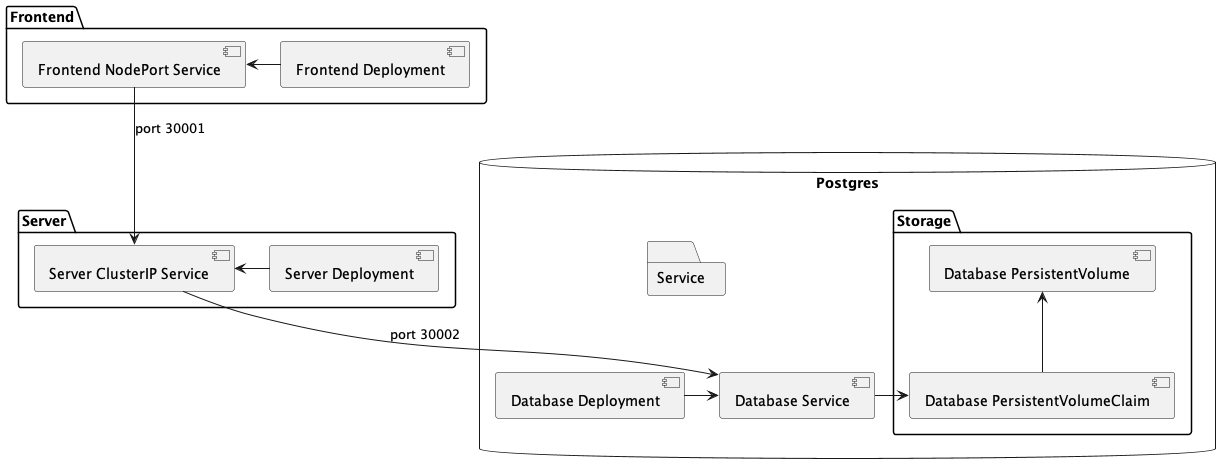
Above: component.png in donalshortt/containerisation (PlantUML), before the change.
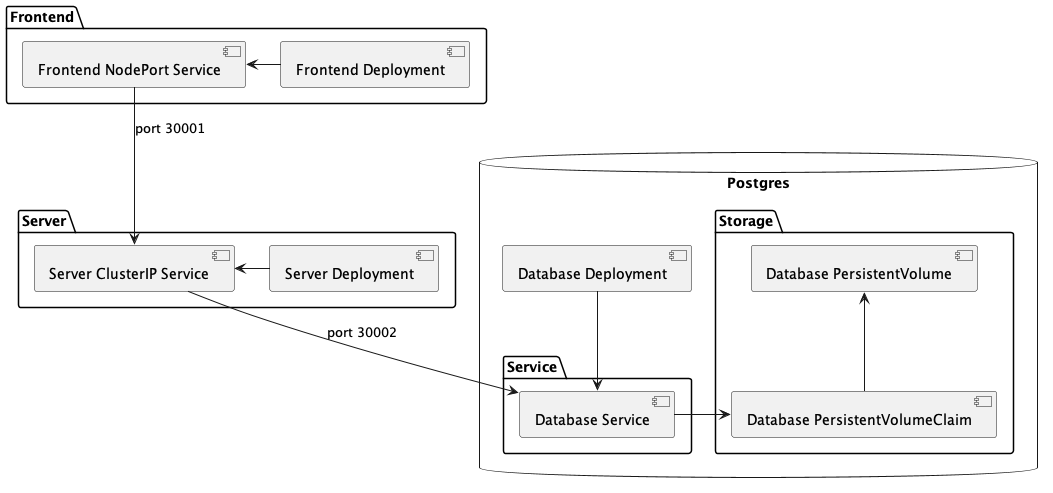
The same diagram one commit later.

The edit, as a diff of the source:
```diff
@@ -11,10 +11,10 @@
 
 
 database "Postgres" {
-    [Database Deployment] -> [Database Service]
     folder "Service" {
         [Database Service]
     }
+    [Database Deployment] --> [Database Service]
     folder "Storage" {
         [Database PersistentVolumeClaim]
         [Database PersistentVolume] <-- [Database PersistentVolumeClaim]
```
